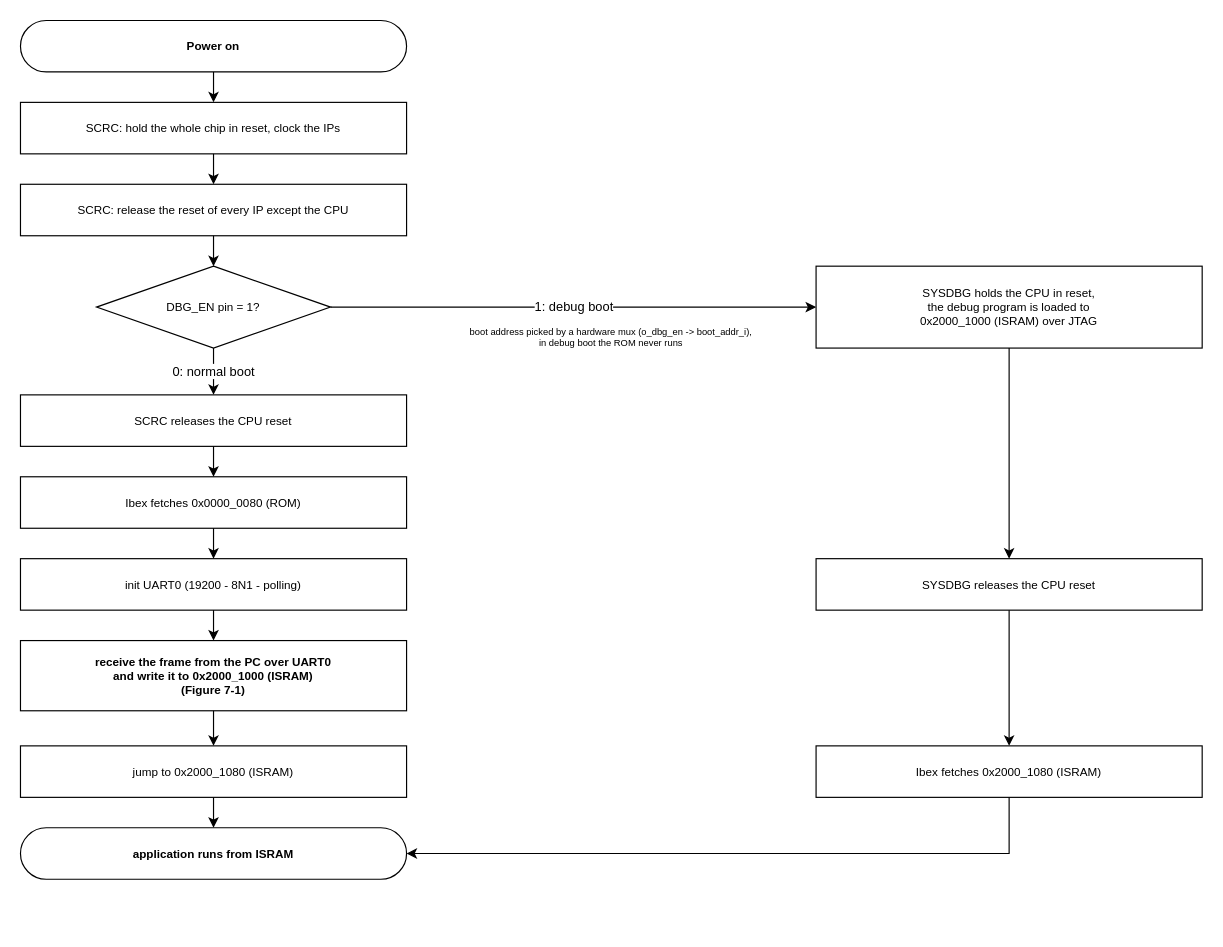
Earlier version of the draw.io diagram page "Reset to application" (1 of 5) of doc/figures/drawio/QNSC_BOOT.drawio (quynhonsemiconductor/vlsi_deep_training). Source tidied: cells renumbered, new cells numbered last; positions are measured from the earlier drawing's top-left corner, leaving out a move shared by most shapes. Both pictures are drawn from the tidied source at 117%, with x=0, y=0 at pixel (20, 20).
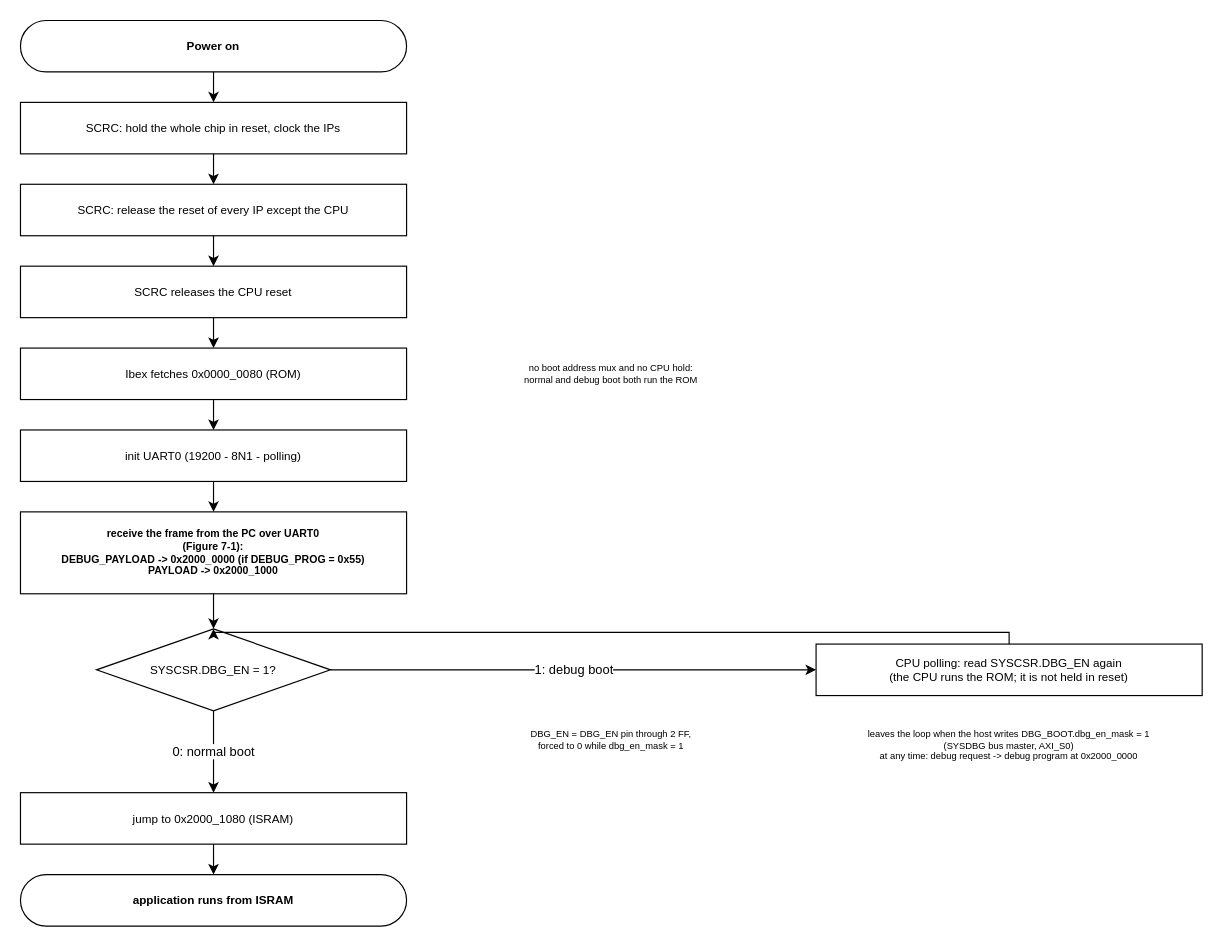
After the change.

Unchanged cells that the change refers to:
```xml
<mxCell id="4" value="SCRC: release the reset of every IP except the CPU" style="rounded=0;whiteSpace=wrap;html=1;fillColor=#ffffff;strokeColor=#000000;fontSize=10;dashed=0;verticalAlign=middle;" parent="1" vertex="1">
  <mxGeometry y="140" width="330" height="44" as="geometry" />
</mxCell>
```

Diff of the diagram source:
```diff
@@
-    <mxCell id="5" value="DBG_EN pin = 1?" style="rhombus;whiteSpace=wrap;html=1;fillColor=#ffffff;strokeColor=#000000;fontSize=10;dashed=0;verticalAlign=middle;" parent="1" vertex="1">
-      <mxGeometry x="65" y="210" width="200" height="70" as="geometry" />
-    </mxCell>
-    <mxCell id="6" value="boot address picked by a hardware mux (o_dbg_en -&gt; boot_addr_i),&#10;in debug boot the ROM never runs" style="rounded=0;whiteSpace=wrap;html=1;fillColor=none;strokeColor=none;fontSize=8;dashed=0;verticalAlign=middle;" parent="1" vertex="1">
-      <mxGeometry x="355" y="256" width="300" height="30" as="geometry" />
-    </mxCell>
     <mxCell id="7" value="SCRC releases the CPU reset" style="rounded=0;whiteSpace=wrap;html=1;fillColor=#ffffff;strokeColor=#000000;fontSize=10;dashed=0;verticalAlign=middle;" parent="1" vertex="1">
-      <mxGeometry y="320" width="330" height="44" as="geometry" />
+      <mxGeometry y="210" width="330" height="44" as="geometry" />
     </mxCell>
     <mxCell id="8" value="Ibex fetches 0x0000_0080 (ROM)" style="rounded=0;whiteSpace=wrap;html=1;fillColor=#ffffff;strokeColor=#000000;fontSize=10;dashed=0;verticalAlign=middle;" parent="1" vertex="1">
-      <mxGeometry y="390" width="330" height="44" as="geometry" />
+      <mxGeometry y="280" width="330" height="44" as="geometry" />
     </mxCell>
+    <mxCell id="6" value="no boot address mux and no CPU hold:&#10;normal and debug boot both run the ROM" style="rounded=0;whiteSpace=wrap;html=1;fillColor=none;strokeColor=none;fontSize=8;dashed=0;verticalAlign=middle;" parent="1" vertex="1">
+      <mxGeometry x="355" y="282" width="300" height="40" as="geometry" />
+    </mxCell>
     <mxCell id="9" value="init UART0 (19200 - 8N1 - polling)" style="rounded=0;whiteSpace=wrap;html=1;fillColor=#ffffff;strokeColor=#000000;fontSize=10;dashed=0;verticalAlign=middle;" parent="1" vertex="1">
-      <mxGeometry y="460" width="330" height="44" as="geometry" />
+      <mxGeometry y="350" width="330" height="44" as="geometry" />
     </mxCell>
-    <mxCell id="10" value="receive the frame from the PC over UART0&#10;and write it to 0x2000_1000 (ISRAM)&#10;(Figure 7-1)" style="rounded=0;whiteSpace=wrap;html=1;fillColor=#ffffff;strokeColor=#000000;fontSize=10;dashed=0;fontStyle=1;verticalAlign=middle;" parent="1" vertex="1">
-      <mxGeometry y="530" width="330" height="60" as="geometry" />
+    <mxCell id="10" value="receive the frame from the PC over UART0&#10;(Figure 7-1):&#10;DEBUG_PAYLOAD -&gt; 0x2000_0000 (if DEBUG_PROG = 0x55)&#10;PAYLOAD -&gt; 0x2000_1000" style="rounded=0;whiteSpace=wrap;html=1;fillColor=#ffffff;strokeColor=#000000;fontSize=9;dashed=0;fontStyle=1;verticalAlign=middle;" parent="1" vertex="1">
+      <mxGeometry y="420" width="330" height="70" as="geometry" />
     </mxCell>
+    <mxCell id="5" value="SYSCSR.DBG_EN = 1?" style="rhombus;whiteSpace=wrap;html=1;fillColor=#ffffff;strokeColor=#000000;fontSize=10;dashed=0;verticalAlign=middle;" parent="1" vertex="1">
+      <mxGeometry x="65" y="520" width="200" height="70" as="geometry" />
+    </mxCell>
+    <mxCell id="29" value="CPU polling: read SYSCSR.DBG_EN again&#10;(the CPU runs the ROM; it is not held in reset)" style="rounded=0;whiteSpace=wrap;html=1;fillColor=#ffffff;strokeColor=#000000;fontSize=10;dashed=0;verticalAlign=middle;" parent="1" vertex="1">
+      <mxGeometry x="680" y="533" width="330" height="44" as="geometry" />
+    </mxCell>
+    <mxCell id="30" value="leaves the loop when the host writes DBG_BOOT.dbg_en_mask = 1&#10;(SYSDBG bus master, AXI_S0)&#10;at any time: debug request -&gt; debug program at 0x2000_0000" style="rounded=0;whiteSpace=wrap;html=1;fillColor=none;strokeColor=none;fontSize=8;dashed=0;verticalAlign=middle;" parent="1" vertex="1">
+      <mxGeometry x="680" y="590" width="330" height="60" as="geometry" />
+    </mxCell>
+    <mxCell id="31" value="DBG_EN = DBG_EN pin through 2 FF,&#10;forced to 0 while dbg_en_mask = 1" style="rounded=0;whiteSpace=wrap;html=1;fillColor=none;strokeColor=none;fontSize=8;dashed=0;verticalAlign=middle;" parent="1" vertex="1">
+      <mxGeometry x="355" y="600" width="300" height="30" as="geometry" />
+    </mxCell>
     <mxCell id="11" value="jump to 0x2000_1080 (ISRAM)" style="rounded=0;whiteSpace=wrap;html=1;fillColor=#ffffff;strokeColor=#000000;fontSize=10;dashed=0;verticalAlign=middle;" parent="1" vertex="1">
-      <mxGeometry y="620" width="330" height="44" as="geometry" />
+      <mxGeometry y="660" width="330" height="44" as="geometry" />
     </mxCell>
     <mxCell id="12" value="application runs from ISRAM" style="rounded=1;arcSize=50;whiteSpace=wrap;html=1;fillColor=#ffffff;strokeColor=#000000;fontSize=10;dashed=0;fontStyle=1;verticalAlign=middle;" parent="1" vertex="1">
-      <mxGeometry y="690" width="330" height="44" as="geometry" />
+      <mxGeometry y="730" width="330" height="44" as="geometry" />
     </mxCell>
-    <mxCell id="13" value="SYSDBG holds the CPU in reset,&#10;the debug program is loaded to&#10;0x2000_1000 (ISRAM) over JTAG" style="rounded=0;whiteSpace=wrap;html=1;fillColor=#ffffff;strokeColor=#000000;fontSize=10;dashed=0;verticalAlign=middle;" parent="1" vertex="1">
-      <mxGeometry x="680" y="210" width="330" height="70" as="geometry" />
-    </mxCell>
-    <mxCell id="14" value="SYSDBG releases the CPU reset" style="rounded=0;whiteSpace=wrap;html=1;fillColor=#ffffff;strokeColor=#000000;fontSize=10;dashed=0;verticalAlign=middle;" parent="1" vertex="1">
-      <mxGeometry x="680" y="460" width="330" height="44" as="geometry" />
-    </mxCell>
-    <mxCell id="15" value="Ibex fetches 0x2000_1080 (ISRAM)" style="rounded=0;whiteSpace=wrap;html=1;fillColor=#ffffff;strokeColor=#000000;fontSize=10;dashed=0;verticalAlign=middle;" parent="1" vertex="1">
-      <mxGeometry x="680" y="620" width="330" height="44" as="geometry" />
-    </mxCell>
@@
-    <mxCell id="18" style="edgeStyle=orthogonalEdgeStyle;rounded=0;html=1;exitX=0.5;exitY=1.0;entryX=0.5;entryY=0.0;exitDx=0;exitDy=0;entryDx=0;entryDy=0;" parent="1" edge="1" source="4" target="5">
-      <mxGeometry relative="1" as="geometry" />
-    </mxCell>
-    <mxCell id="19" value="0: normal boot" style="edgeStyle=orthogonalEdgeStyle;rounded=0;html=1;exitX=0.5;exitY=1.0;entryX=0.5;entryY=0.0;exitDx=0;exitDy=0;entryDx=0;entryDy=0;" parent="1" edge="1" source="5" target="7">
-      <mxGeometry relative="1" as="geometry" />
-    </mxCell>
-    <mxCell id="20" value="1: debug boot" style="edgeStyle=orthogonalEdgeStyle;rounded=0;html=1;exitX=1.0;exitY=0.5;entryX=0.0;entryY=0.5;exitDx=0;exitDy=0;entryDx=0;entryDy=0;" parent="1" edge="1" source="5" target="13">
-      <mxGeometry relative="1" as="geometry" />
-    </mxCell>
+    <mxCell id="32" style="edgeStyle=orthogonalEdgeStyle;rounded=0;html=1;exitX=0.5;exitY=1.0;entryX=0.5;entryY=0.0;exitDx=0;exitDy=0;entryDx=0;entryDy=0;" parent="1" edge="1" source="4" target="7">
+      <mxGeometry relative="1" as="geometry" />
+    </mxCell>
@@
-    <mxCell id="24" style="edgeStyle=orthogonalEdgeStyle;rounded=0;html=1;exitX=0.5;exitY=1.0;entryX=0.5;entryY=0.0;exitDx=0;exitDy=0;entryDx=0;entryDy=0;" parent="1" edge="1" source="10" target="11">
-      <mxGeometry relative="1" as="geometry" />
-    </mxCell>
+    <mxCell id="33" style="edgeStyle=orthogonalEdgeStyle;rounded=0;html=1;exitX=0.5;exitY=1.0;entryX=0.5;entryY=0.0;exitDx=0;exitDy=0;entryDx=0;entryDy=0;" parent="1" edge="1" source="10" target="5">
+      <mxGeometry relative="1" as="geometry" />
+    </mxCell>
+    <mxCell id="20" value="1: debug boot" style="edgeStyle=orthogonalEdgeStyle;rounded=0;html=1;exitX=1.0;exitY=0.5;entryX=0.0;entryY=0.5;exitDx=0;exitDy=0;entryDx=0;entryDy=0;" parent="1" edge="1" source="5" target="29">
+      <mxGeometry relative="1" as="geometry" />
+    </mxCell>
+    <mxCell id="34" style="edgeStyle=orthogonalEdgeStyle;rounded=0;html=1;exitX=0.5;exitY=0.0;entryX=0.5;entryY=0.0;exitDx=0;exitDy=0;entryDx=0;entryDy=0;" parent="1" edge="1" source="29" target="5">
+      <mxGeometry relative="1" as="geometry" />
+    </mxCell>
+    <mxCell id="19" value="0: normal boot" style="edgeStyle=orthogonalEdgeStyle;rounded=0;html=1;exitX=0.5;exitY=1.0;entryX=0.5;entryY=0.0;exitDx=0;exitDy=0;entryDx=0;entryDy=0;" parent="1" edge="1" source="5" target="11">
+      <mxGeometry relative="1" as="geometry" />
+    </mxCell>
@@
-    <mxCell id="26" style="edgeStyle=orthogonalEdgeStyle;rounded=0;html=1;exitX=0.5;exitY=1.0;entryX=0.5;entryY=0.0;exitDx=0;exitDy=0;entryDx=0;entryDy=0;" parent="1" edge="1" source="13" target="14">
-      <mxGeometry relative="1" as="geometry" />
-    </mxCell>
-    <mxCell id="27" style="edgeStyle=orthogonalEdgeStyle;rounded=0;html=1;exitX=0.5;exitY=1.0;entryX=0.5;entryY=0.0;exitDx=0;exitDy=0;entryDx=0;entryDy=0;" parent="1" edge="1" source="14" target="15">
-      <mxGeometry relative="1" as="geometry" />
-    </mxCell>
-    <mxCell id="28" style="edgeStyle=orthogonalEdgeStyle;rounded=0;html=1;exitX=0.5;exitY=1.0;entryX=1.0;entryY=0.5;exitDx=0;exitDy=0;entryDx=0;entryDy=0;" parent="1" edge="1" source="15" target="12">
-      <mxGeometry relative="1" as="geometry" />
-    </mxCell>
```
